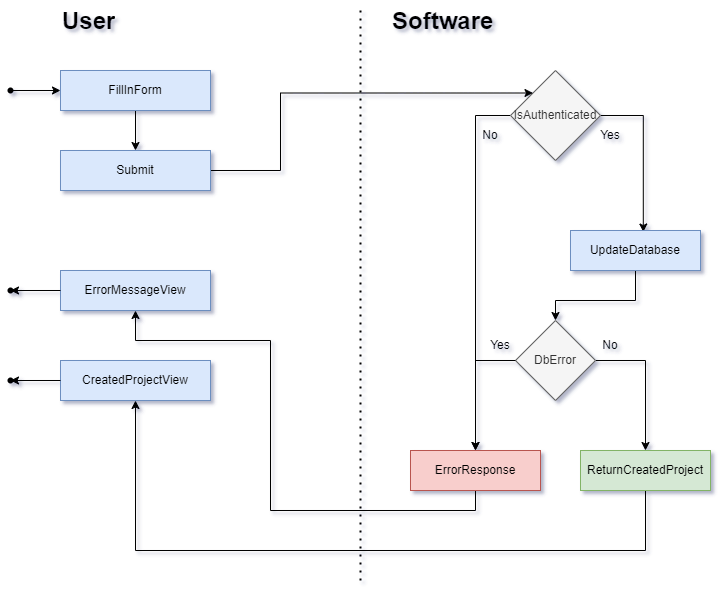
This is design/activity/project.create.activity.diagram.png from SamyBP/ProjectManagementApplication, a draw.io export, as it was before one commit. Source tidied: cells renumbered, new cells last; positions are measured from the earlier drawing's top-left corner, leaving out a move shared by most shapes.
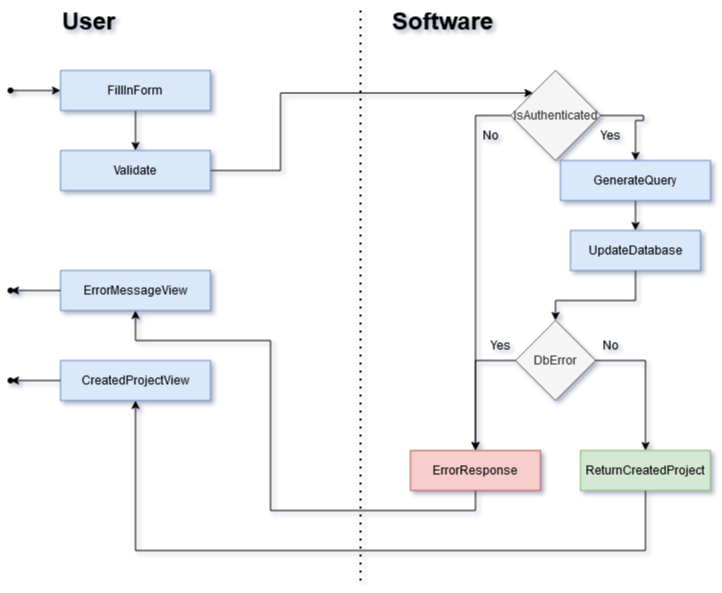
The same diagram one commit later.

What changed in the source:
```diff
@@ -15,10 +15,11 @@
         </Array>
       </mxGeometry>
     </mxCell>
-    <mxCell id="5" style="edgeStyle=orthogonalEdgeStyle;rounded=0;jettySize=auto;html=1;entryX=0.56;entryY=0.038;entryDx=0;entryDy=0;entryPerimeter=0;" parent="1" edge="1" source="6" target="13">
+    <mxCell id="5" style="edgeStyle=orthogonalEdgeStyle;rounded=0;jettySize=auto;html=1;entryX=0.5;entryY=0;entryDx=0;entryDy=0;" parent="1" edge="1" source="6" target="34">
       <mxGeometry relative="1" as="geometry">
         <Array as="points">
           <mxPoint x="643" y="115" />
+          <mxPoint x="643" y="120" />
         </Array>
       </mxGeometry>
     </mxCell>
@@ -33,7 +34,7 @@
         </Array>
       </mxGeometry>
     </mxCell>
-    <mxCell id="8" value="Submit" style="rounded=0;whiteSpace=wrap;html=1;fillColor=#dae8fc;strokeColor=#6c8ebf;" parent="1" vertex="1">
+    <mxCell id="8" value="Validate" style="rounded=0;whiteSpace=wrap;html=1;fillColor=#dae8fc;strokeColor=#6c8ebf;" parent="1" vertex="1">
       <mxGeometry x="60" y="150" width="150" height="40" as="geometry" />
     </mxCell>
     <mxCell id="9" style="edgeStyle=orthogonalEdgeStyle;rounded=0;jettySize=auto;html=1;exitX=0.5;exitY=1;exitDx=0;exitDy=0;entryX=0.5;entryY=1;entryDx=0;entryDy=0;" parent="1" edge="1" source="10" target="22">
@@ -136,5 +137,11 @@
     <mxCell id="32" style="edgeStyle=orthogonalEdgeStyle;jettySize=auto;html=1;exitX=0;exitY=0.5;exitDx=0;exitDy=0;entryX=0.836;entryY=0.497;entryDx=0;entryDy=0;entryPerimeter=0;" parent="1" edge="1" source="22" target="29">
       <mxGeometry relative="1" as="geometry" />
     </mxCell>
+    <mxCell id="33" style="edgeStyle=orthogonalEdgeStyle;rounded=0;jettySize=auto;html=1;exitX=0.5;exitY=1;exitDx=0;exitDy=0;entryX=0.5;entryY=0;entryDx=0;entryDy=0;" parent="1" edge="1" source="34" target="13">
+      <mxGeometry relative="1" as="geometry" />
+    </mxCell>
+    <mxCell id="34" value="GenerateQuery" style="rounded=0;whiteSpace=wrap;html=1;fillColor=#dae8fc;strokeColor=#6c8ebf;" parent="1" vertex="1">
+      <mxGeometry x="560" y="160" width="150" height="40" as="geometry" />
+    </mxCell>
   </root>
 </mxGraphModel>
```
